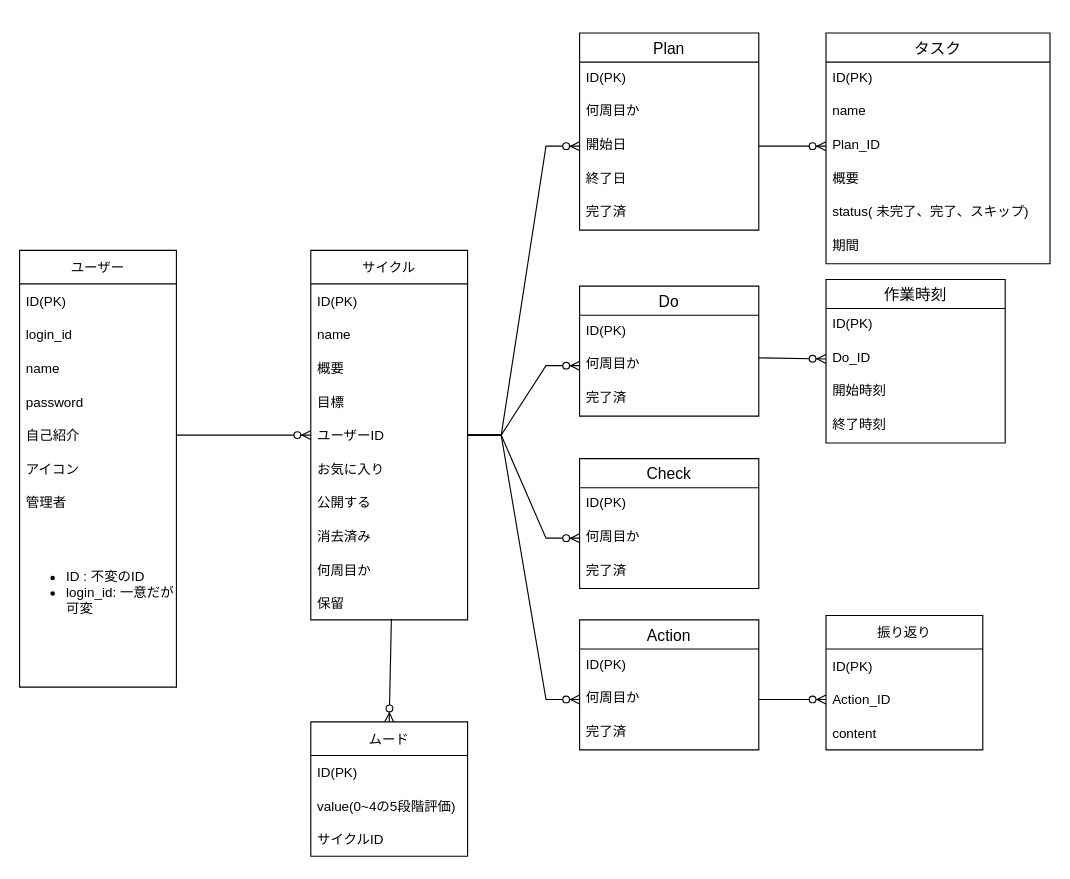
Earlier version of the draw.io diagram page "ER図(論理図)" (3 of 3) of ER.drawio (katkatprog/drowio). Source tidied: cells renumbered, new cells numbered last; positions are measured from the earlier drawing's top-left corner, leaving out a move shared by most shapes. Both pictures are drawn from the tidied source at 112%, with x=0, y=0 at pixel (19, 32).
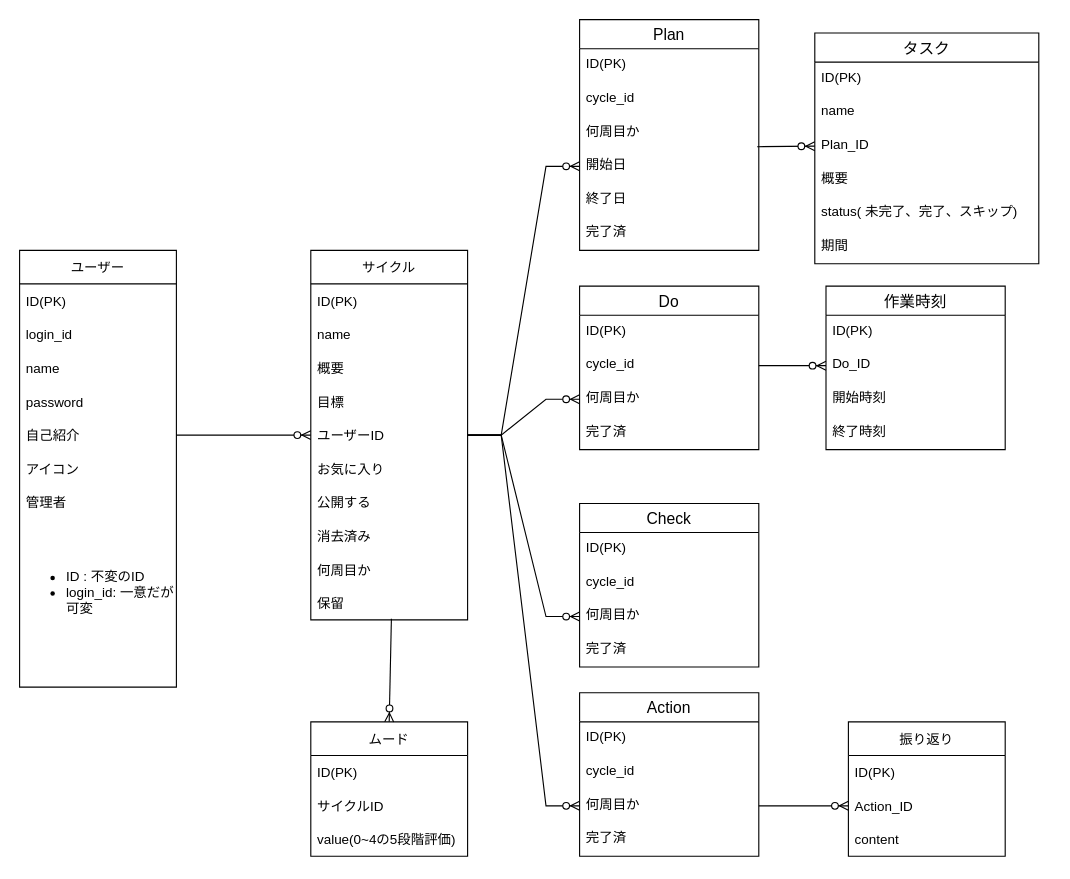
Above is the later version.

Unchanged cells that the change refers to:
```xml
<mxCell id="25" value="ムード" style="swimlane;fontStyle=0;horizontal=1;startSize=30;" parent="1" vertex="1">
  <mxGeometry x="260" y="615" width="140" height="120" as="geometry" />
</mxCell>
<mxCell id="38" value="Plan_ID" style="text;strokeColor=none;fillColor=none;spacingLeft=4;spacingRight=4;overflow=hidden;points=[[0,0.5],[1,0.5]];portConstraint=eastwest;fontSize=12;" parent="35" vertex="1">
  <mxGeometry y="86" width="200" height="30" as="geometry" />
</mxCell>
<mxCell id="52" value="Do_ID" style="text;strokeColor=none;fillColor=none;spacingLeft=4;spacingRight=4;overflow=hidden;points=[[0,0.5],[1,0.5]];portConstraint=eastwest;fontSize=12;" parent="50" vertex="1">
  <mxGeometry y="56" width="160" height="30" as="geometry" />
</mxCell>
```

Diff of the diagram source:
```diff
@@
+    <mxCell id="28" value="サイクルID" style="text;strokeColor=none;fillColor=none;align=left;verticalAlign=middle;spacingLeft=4;spacingRight=4;overflow=hidden;" parent="25" vertex="1">
+      <mxGeometry y="60" width="140" height="30" as="geometry" />
+    </mxCell>
     <mxCell id="27" value="value(0~4の5段階評価)" style="text;strokeColor=none;fillColor=none;align=left;verticalAlign=middle;spacingLeft=4;spacingRight=4;overflow=hidden;" parent="25" vertex="1">
-      <mxGeometry y="60" width="140" height="30" as="geometry" />
+      <mxGeometry y="90" width="140" height="30" as="geometry" />
     </mxCell>
-    <mxCell id="28" value="サイクルID" style="text;strokeColor=none;fillColor=none;align=left;verticalAlign=middle;spacingLeft=4;spacingRight=4;overflow=hidden;" parent="25" vertex="1">
-      <mxGeometry y="90" width="140" height="30" as="geometry" />
-    </mxCell>
     <mxCell id="29" value="Plan" style="swimlane;fontStyle=0;horizontal=1;startSize=26;align=center;fontSize=14;" parent="1" vertex="1">
-      <mxGeometry x="500" width="160" height="176" as="geometry" />
+      <mxGeometry x="500" y="-12" width="160" height="206" as="geometry" />
     </mxCell>
@@
+    <mxCell id="72" value="cycle_id" style="text;strokeColor=none;fillColor=none;spacingLeft=4;spacingRight=4;overflow=hidden;fontSize=12;" parent="29" vertex="1">
+      <mxGeometry y="56" width="160" height="30" as="geometry" />
+    </mxCell>
     <mxCell id="31" value="何周目か" style="text;strokeColor=none;fillColor=none;spacingLeft=4;spacingRight=4;overflow=hidden;points=[[0,0.5],[1,0.5]];portConstraint=eastwest;fontSize=12;" parent="29" vertex="1">
-      <mxGeometry y="56" width="160" height="30" as="geometry" />
+      <mxGeometry y="86" width="160" height="30" as="geometry" />
     </mxCell>
     <mxCell id="32" value="開始日" style="text;strokeColor=none;fillColor=none;spacingLeft=4;spacingRight=4;overflow=hidden;points=[[0,0.5],[1,0.5]];portConstraint=eastwest;fontSize=12;" parent="29" vertex="1">
-      <mxGeometry y="86" width="160" height="30" as="geometry" />
+      <mxGeometry y="116" width="160" height="30" as="geometry" />
     </mxCell>
     <mxCell id="33" value="終了日" style="text;strokeColor=none;fillColor=none;spacingLeft=4;spacingRight=4;overflow=hidden;fontSize=12;" parent="29" vertex="1">
-      <mxGeometry y="116" width="160" height="30" as="geometry" />
+      <mxGeometry y="146" width="160" height="30" as="geometry" />
     </mxCell>
     <mxCell id="34" value="完了済" style="text;strokeColor=none;fillColor=none;spacingLeft=4;spacingRight=4;overflow=hidden;fontSize=12;" parent="29" vertex="1">
-      <mxGeometry y="146" width="160" height="30" as="geometry" />
+      <mxGeometry y="176" width="160" height="30" as="geometry" />
     </mxCell>
     <mxCell id="35" value="タスク" style="swimlane;fontStyle=0;horizontal=1;startSize=26;align=center;fontSize=14;" parent="1" vertex="1">
-      <mxGeometry x="720" width="200" height="206" as="geometry" />
+      <mxGeometry x="710" width="200" height="206" as="geometry" />
     </mxCell>
@@
     <mxCell id="42" value="振り返り" style="swimlane;fontStyle=0;horizontal=1;startSize=30;" parent="1" vertex="1">
-      <mxGeometry x="720" y="520" width="140" height="120" as="geometry" />
+      <mxGeometry x="740" y="615" width="140" height="120" as="geometry" />
     </mxCell>
@@
     <mxCell id="46" value="Do" style="swimlane;fontStyle=0;horizontal=1;startSize=26;align=center;fontSize=14;" parent="1" vertex="1">
-      <mxGeometry x="500" y="226" width="160" height="116" as="geometry" />
+      <mxGeometry x="500" y="226" width="160" height="146" as="geometry" />
     </mxCell>
@@
+    <mxCell id="73" value="cycle_id" style="text;strokeColor=none;fillColor=none;spacingLeft=4;spacingRight=4;overflow=hidden;points=[[0,0.5],[1,0.5]];portConstraint=eastwest;fontSize=12;" parent="46" vertex="1">
+      <mxGeometry y="56" width="160" height="30" as="geometry" />
+    </mxCell>
     <mxCell id="48" value="何周目か" style="text;strokeColor=none;fillColor=none;spacingLeft=4;spacingRight=4;overflow=hidden;points=[[0,0.5],[1,0.5]];portConstraint=eastwest;fontSize=12;" parent="46" vertex="1">
-      <mxGeometry y="56" width="160" height="30" as="geometry" />
+      <mxGeometry y="86" width="160" height="30" as="geometry" />
     </mxCell>
     <mxCell id="49" value="完了済" style="text;strokeColor=none;fillColor=none;spacingLeft=4;spacingRight=4;overflow=hidden;fontSize=12;" parent="46" vertex="1">
-      <mxGeometry y="86" width="160" height="30" as="geometry" />
+      <mxGeometry y="116" width="160" height="30" as="geometry" />
     </mxCell>
     <mxCell id="50" value="作業時刻" style="swimlane;fontStyle=0;horizontal=1;startSize=26;align=center;fontSize=14;" parent="1" vertex="1">
-      <mxGeometry x="720" y="220" width="160" height="146" as="geometry" />
+      <mxGeometry x="720" y="226" width="160" height="146" as="geometry" />
     </mxCell>
@@
     <mxCell id="55" value="Check" style="swimlane;fontStyle=0;horizontal=1;startSize=26;align=center;fontSize=14;" parent="1" vertex="1">
-      <mxGeometry x="500" y="380" width="160" height="116" as="geometry" />
+      <mxGeometry x="500" y="420" width="160" height="146" as="geometry" />
     </mxCell>
@@
+    <mxCell id="74" value="cycle_id" style="text;strokeColor=none;fillColor=none;spacingLeft=4;spacingRight=4;overflow=hidden;fontSize=12;" parent="55" vertex="1">
+      <mxGeometry y="56" width="160" height="30" as="geometry" />
+    </mxCell>
     <mxCell id="57" value="何周目か" style="text;strokeColor=none;fillColor=none;spacingLeft=4;spacingRight=4;overflow=hidden;points=[[0,0.5],[1,0.5]];portConstraint=eastwest;fontSize=12;" parent="55" vertex="1">
-      <mxGeometry y="56" width="160" height="30" as="geometry" />
+      <mxGeometry y="86" width="160" height="30" as="geometry" />
     </mxCell>
     <mxCell id="58" value="完了済" style="text;strokeColor=none;fillColor=none;spacingLeft=4;spacingRight=4;overflow=hidden;fontSize=12;" parent="55" vertex="1">
-      <mxGeometry y="86" width="160" height="30" as="geometry" />
+      <mxGeometry y="116" width="160" height="30" as="geometry" />
     </mxCell>
     <mxCell id="59" value="Action" style="swimlane;fontStyle=0;horizontal=1;startSize=26;align=center;fontSize=14;" parent="1" vertex="1">
-      <mxGeometry x="500" y="524" width="160" height="116" as="geometry" />
+      <mxGeometry x="500" y="589" width="160" height="146" as="geometry" />
     </mxCell>
@@
+    <mxCell id="75" value="cycle_id" style="text;strokeColor=none;fillColor=none;spacingLeft=4;spacingRight=4;overflow=hidden;fontSize=12;" parent="59" vertex="1">
+      <mxGeometry y="56" width="160" height="30" as="geometry" />
+    </mxCell>
     <mxCell id="61" value="何周目か" style="text;strokeColor=none;fillColor=none;spacingLeft=4;spacingRight=4;overflow=hidden;points=[[0,0.5],[1,0.5]];portConstraint=eastwest;fontSize=12;" parent="59" vertex="1">
-      <mxGeometry y="56" width="160" height="30" as="geometry" />
+      <mxGeometry y="86" width="160" height="30" as="geometry" />
     </mxCell>
     <mxCell id="62" value="完了済" style="text;strokeColor=none;fillColor=none;spacingLeft=4;spacingRight=4;overflow=hidden;fontSize=12;" parent="59" vertex="1">
-      <mxGeometry y="86" width="160" height="30" as="geometry" />
+      <mxGeometry y="116" width="160" height="30" as="geometry" />
     </mxCell>
@@
-    <mxCell id="66" style="fontSize=12;html=1;endArrow=ERzeroToMany;endFill=1;rounded=0;entryX=0;entryY=0.5;entryDx=0;entryDy=0;" parent="1" edge="1" source="32" target="38">
+    <mxCell id="66" style="fontSize=12;html=1;endArrow=ERzeroToMany;endFill=1;rounded=0;entryX=0;entryY=0.5;entryDx=0;entryDy=0;exitX=0.991;exitY=0.917;exitDx=0;exitDy=0;exitPerimeter=0;" parent="1" edge="1" source="31" target="38">
       <mxGeometry relative="1" as="geometry" />
     </mxCell>
-    <mxCell id="67" style="fontSize=12;html=1;endArrow=ERzeroToMany;endFill=1;rounded=0;entryX=0;entryY=0.5;entryDx=0;entryDy=0;exitX=1;exitY=0.267;exitDx=0;exitDy=0;exitPerimeter=0;" parent="1" edge="1" source="48" target="52">
+    <mxCell id="67" style="fontSize=12;html=1;endArrow=ERzeroToMany;endFill=1;rounded=0;entryX=0;entryY=0.5;entryDx=0;entryDy=0;exitX=1;exitY=0.5;exitDx=0;exitDy=0;" parent="1" edge="1" source="73" target="52">
       <mxGeometry relative="1" as="geometry" />
     </mxCell>
```
